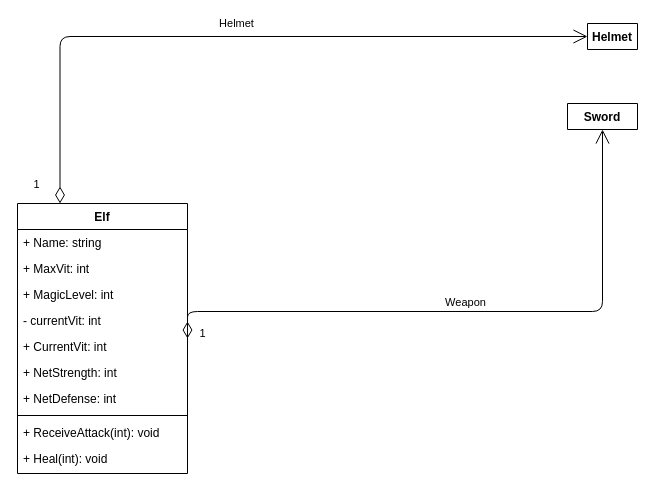
Above: Assets/UML-diagrams/Elf.drawio in ProgramacionII-Equipo3/PII_RoleplayGame_1_Start (draw.io), before the change. Source tidied: cells renumbered, new cells numbered last; positions are measured from the earlier drawing's top-left corner, leaving out a move shared by most shapes. Both pictures are drawn from the tidied source at 100%, with x=0, y=0 at pixel (17, 23).
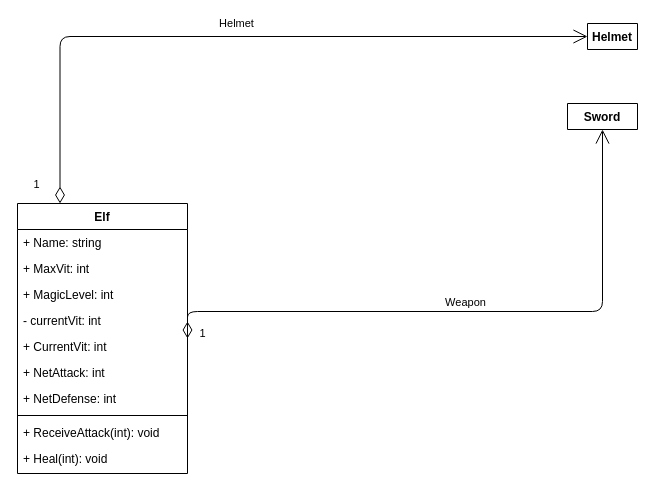
Above is the later version.

The change refers to these unchanged cells:
```xml
<mxCell id="2" value="Elf" style="swimlane;fontStyle=1;align=center;verticalAlign=top;horizontal=1;startSize=26;" parent="1" vertex="1">
  <mxGeometry y="180" width="170" height="270" as="geometry" />
</mxCell>
```

Change to the diagram source:
```diff
@@
-    <mxCell id="8" value="+ NetStrength: int" style="text;strokeColor=none;fillColor=none;align=left;verticalAlign=top;spacingLeft=4;spacingRight=4;overflow=hidden;" parent="2" vertex="1">
+    <mxCell id="8" value="+ NetAttack: int" style="text;strokeColor=none;fillColor=none;align=left;verticalAlign=top;spacingLeft=4;spacingRight=4;overflow=hidden;" parent="2" vertex="1">
       <mxGeometry y="156" width="170" height="26" as="geometry" />
     </mxCell>
```
